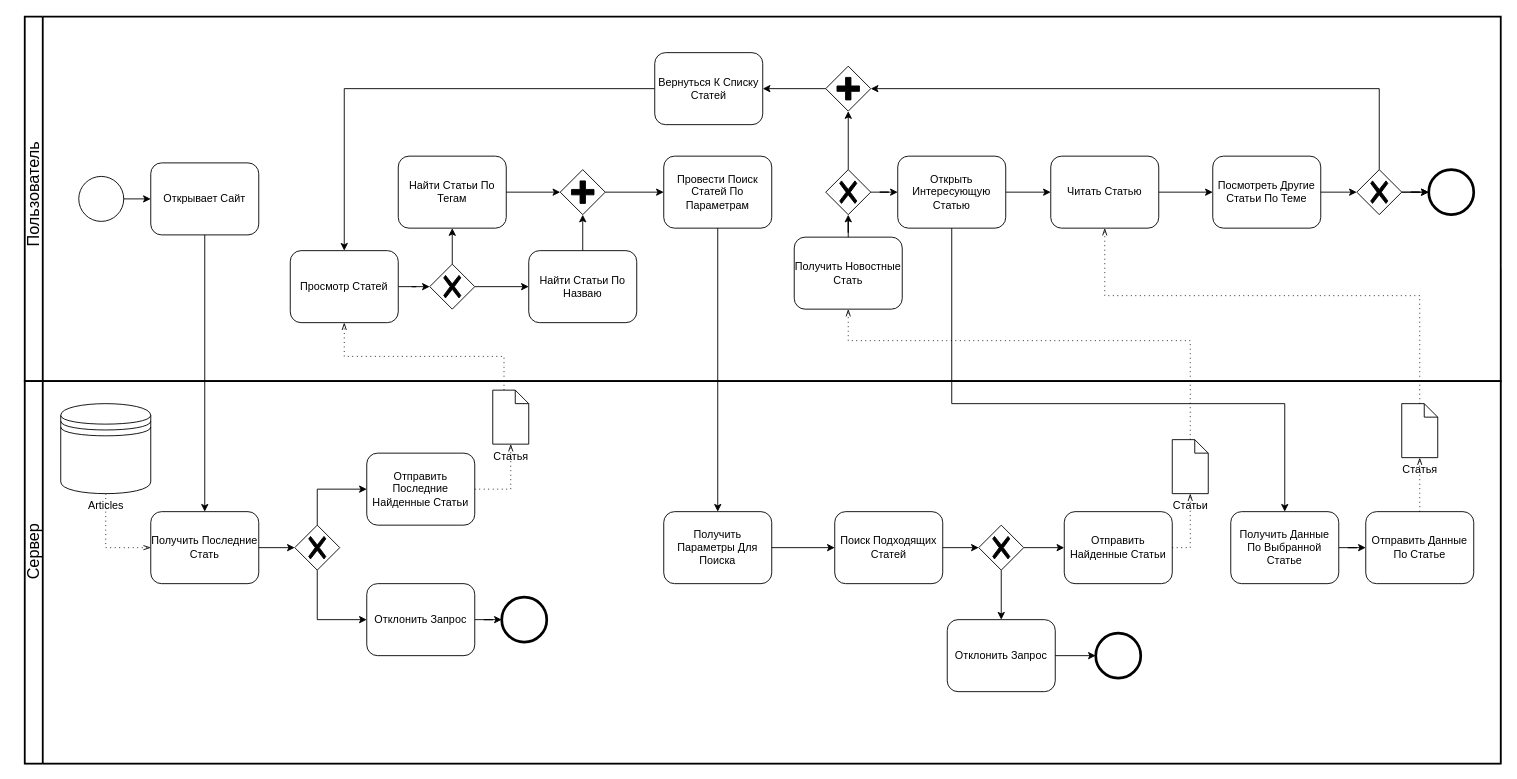
The draw.io diagram Диаграммы/BPMN.drawio in 0hJonny/Diplom_60701_, before the edit. Source tidied: cells renumbered, new cells numbered last; positions are measured from the earlier drawing's top-left corner, leaving out a move shared by most shapes. Both pictures are drawn from the tidied source at 90%, with x=0, y=0 at pixel (-30, 16).
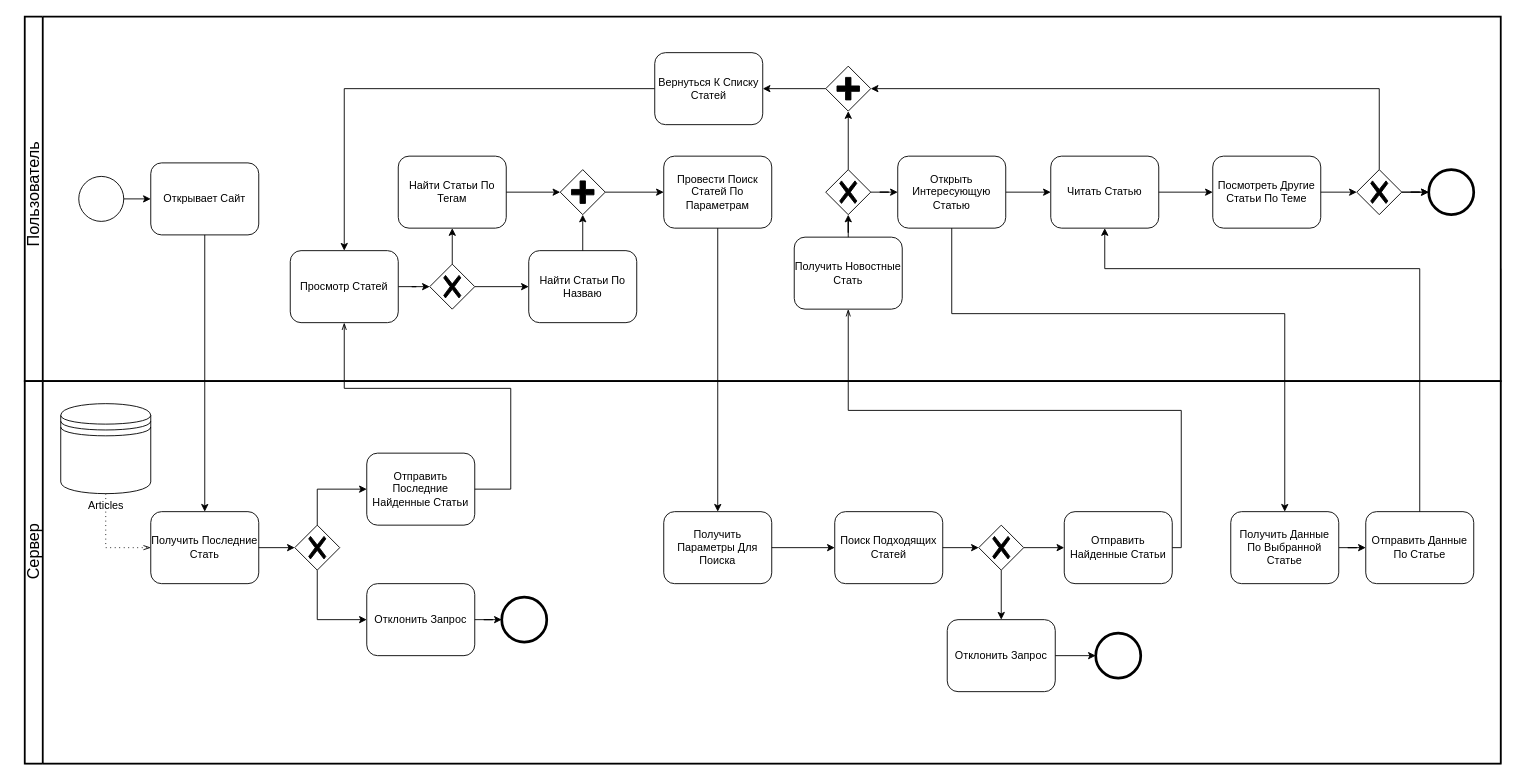
After the change.

Unchanged cells that the change refers to:
```xml
<mxCell id="2" style="swimlane;html=1;startSize=20;fontStyle=0;horizontal=0;swimlaneLine=0;fillColor=none;whiteSpace=wrap;" parent="1" vertex="1">
  <mxGeometry x="60" y="280" width="1640" height="550" as="geometry" />
</mxCell>
<mxCell id="11" value="Читать Статью" style="shape=ext;rounded=1;html=1;whiteSpace=wrap;" parent="3" vertex="1">
  <mxGeometry x="1140" y="155" width="120" height="80" as="geometry" />
</mxCell>
<mxCell id="14" value="Открыть Интересующую Статью" style="shape=ext;rounded=1;html=1;whiteSpace=wrap;" parent="3" vertex="1">
  <mxGeometry x="970" y="155" width="120" height="80" as="geometry" />
</mxCell>
<mxCell id="23" value="Просмотр Статей" style="shape=ext;rounded=1;html=1;whiteSpace=wrap;" parent="3" vertex="1">
  <mxGeometry x="295" y="260" width="120" height="80" as="geometry" />
</mxCell>
<mxCell id="35" value="Получить Новостные Стать" style="shape=ext;rounded=1;html=1;whiteSpace=wrap;" parent="3" vertex="1">
  <mxGeometry x="855" y="245" width="120" height="80" as="geometry" />
</mxCell>
<mxCell id="40" style="swimlane;html=1;startSize=20;fontStyle=0;horizontal=0;swimlaneLine=1;swimlaneFillColor=#ffffff;strokeWidth=2;whiteSpace=wrap;" parent="2" vertex="1">
  <mxGeometry y="125" width="1640" height="425" as="geometry" />
</mxCell>
<mxCell id="43" value="Отправить Последние Найденные Статьи" style="shape=ext;rounded=1;html=1;whiteSpace=wrap;" parent="40" vertex="1">
  <mxGeometry x="380" y="80" width="120" height="80" as="geometry" />
</mxCell>
<mxCell id="55" value="Отправить Найденные Статьи" style="shape=ext;rounded=1;html=1;whiteSpace=wrap;" parent="40" vertex="1">
  <mxGeometry x="1155" y="145" width="120" height="80" as="geometry" />
</mxCell>
<mxCell id="59" value="Получить Данные По Выбранной Статье" style="shape=ext;rounded=1;html=1;whiteSpace=wrap;" parent="40" vertex="1">
  <mxGeometry x="1340" y="145" width="120" height="80" as="geometry" />
</mxCell>
<mxCell id="60" value="Отправить Данные По Статье" style="shape=ext;rounded=1;html=1;whiteSpace=wrap;" parent="40" vertex="1">
  <mxGeometry x="1490" y="145" width="120" height="80" as="geometry" />
</mxCell>
```

What changed in the source:
```diff
@@
-    <mxCell id="67" value="Статья" style="shape=mxgraph.bpmn.data;labelPosition=center;verticalLabelPosition=bottom;align=center;verticalAlign=top;size=15;html=1;" parent="40" vertex="1">
-      <mxGeometry x="520" y="10" width="40" height="60" as="geometry" />
-    </mxCell>
-    <mxCell id="68" style="edgeStyle=elbowEdgeStyle;fontSize=12;html=1;endFill=0;startFill=0;endSize=6;startSize=6;dashed=1;dashPattern=1 4;endArrow=openThin;startArrow=none;rounded=0;exitX=1;exitY=0.5;exitDx=0;exitDy=0;entryX=0.5;entryY=1;entryDx=0;entryDy=0;entryPerimeter=0;" parent="40" edge="1" source="43" target="67">
-      <mxGeometry relative="1" as="geometry">
-        <Array as="points">
-          <mxPoint x="540" y="100" />
-        </Array>
-      </mxGeometry>
-    </mxCell>
-    <mxCell id="69" value="Статьи" style="shape=mxgraph.bpmn.data;labelPosition=center;verticalLabelPosition=bottom;align=center;verticalAlign=top;size=15;html=1;" parent="40" vertex="1">
-      <mxGeometry x="1275" y="65" width="40" height="60" as="geometry" />
-    </mxCell>
-    <mxCell id="70" style="edgeStyle=elbowEdgeStyle;fontSize=12;html=1;endFill=0;startFill=0;endSize=6;startSize=6;dashed=1;dashPattern=1 4;endArrow=openThin;startArrow=none;rounded=0;entryX=0.5;entryY=1;entryDx=0;entryDy=0;entryPerimeter=0;exitX=1;exitY=0.5;exitDx=0;exitDy=0;" parent="40" edge="1" source="55" target="69">
-      <mxGeometry relative="1" as="geometry">
-        <Array as="points">
-          <mxPoint x="1295" y="160" />
-        </Array>
-      </mxGeometry>
-    </mxCell>
-    <mxCell id="71" value="Статья" style="shape=mxgraph.bpmn.data;labelPosition=center;verticalLabelPosition=bottom;align=center;verticalAlign=top;size=15;html=1;" parent="40" vertex="1">
-      <mxGeometry x="1530" y="25" width="40" height="60" as="geometry" />
-    </mxCell>
-    <mxCell id="72" style="edgeStyle=elbowEdgeStyle;fontSize=12;html=1;endFill=0;startFill=0;endSize=6;startSize=6;dashed=1;dashPattern=1 4;endArrow=openThin;startArrow=none;rounded=0;entryX=0.5;entryY=1;entryDx=0;entryDy=0;entryPerimeter=0;exitX=0.5;exitY=0;exitDx=0;exitDy=0;" parent="40" edge="1" source="60" target="71">
-      <mxGeometry relative="1" as="geometry" />
-    </mxCell>
@@
     <mxCell id="75" style="edgeStyle=orthogonalEdgeStyle;rounded=0;jettySize=auto;html=1;entryX=0.5;entryY=0;entryDx=0;entryDy=0;endArrow=classic;endFill=1;" parent="2" edge="1" source="14" target="59">
       <mxGeometry relative="1" as="geometry">
         <Array as="points">
-          <mxPoint x="1030" y="150" />
-          <mxPoint x="1400" y="150" />
+          <mxPoint x="1030" y="50" />
+          <mxPoint x="1400" y="50" />
         </Array>
       </mxGeometry>
     </mxCell>
-    <mxCell id="76" style="edgeStyle=orthogonalEdgeStyle;fontSize=12;html=1;endFill=0;startFill=0;endSize=6;startSize=6;dashed=1;dashPattern=1 4;endArrow=openThin;startArrow=none;rounded=0;exitX=0;exitY=0;exitDx=12.5;exitDy=0;exitPerimeter=0;" parent="2" edge="1" source="67" target="23">
-      <mxGeometry relative="1" as="geometry" />
-    </mxCell>
-    <mxCell id="77" style="edgeStyle=orthogonalEdgeStyle;fontSize=12;html=1;endFill=0;startFill=0;endSize=6;startSize=6;dashed=1;dashPattern=1 4;endArrow=openThin;startArrow=none;rounded=0;exitX=0.5;exitY=0;exitDx=0;exitDy=0;exitPerimeter=0;entryX=0.5;entryY=1;entryDx=0;entryDy=0;" parent="2" edge="1" source="69" target="35">
-      <mxGeometry relative="1" as="geometry">
-        <Array as="points">
-          <mxPoint x="1295" y="80" />
-          <mxPoint x="915" y="80" />
-        </Array>
-      </mxGeometry>
-    </mxCell>
-    <mxCell id="78" style="edgeStyle=orthogonalEdgeStyle;fontSize=12;html=1;endFill=0;startFill=0;endSize=6;startSize=6;dashed=1;dashPattern=1 4;endArrow=openThin;startArrow=none;rounded=0;exitX=0.5;exitY=0;exitDx=0;exitDy=0;entryX=0.5;entryY=1;entryDx=0;entryDy=0;exitPerimeter=0;" parent="2" edge="1" source="71" target="11">
-      <mxGeometry relative="1" as="geometry">
-        <Array as="points">
-          <mxPoint x="1550" y="30" />
-          <mxPoint x="1200" y="30" />
-        </Array>
-      </mxGeometry>
-    </mxCell>
+    <mxCell id="70" style="edgeStyle=orthogonalEdgeStyle;fontSize=12;html=1;endFill=0;startFill=0;endSize=6;startSize=6;endArrow=openThin;startArrow=none;rounded=0;entryX=0.5;entryY=1;entryDx=0;entryDy=0;exitX=1;exitY=0.5;exitDx=0;exitDy=0;" parent="2" edge="1" source="55" target="35">
+      <mxGeometry relative="1" as="geometry" />
+    </mxCell>
+    <mxCell id="79" style="edgeStyle=orthogonalEdgeStyle;rounded=0;jettySize=auto;html=1;entryX=0.5;entryY=1;entryDx=0;entryDy=0;" parent="2" edge="1" source="60" target="11">
+      <mxGeometry relative="1" as="geometry">
+        <Array as="points">
+          <mxPoint x="1550" />
+          <mxPoint x="1200" />
+        </Array>
+      </mxGeometry>
+    </mxCell>
+    <mxCell id="68" style="edgeStyle=orthogonalEdgeStyle;fontSize=12;html=1;endFill=0;startFill=0;endSize=6;startSize=6;endArrow=openThin;startArrow=none;rounded=0;exitX=1;exitY=0.5;exitDx=0;exitDy=0;entryX=0.5;entryY=1;entryDx=0;entryDy=0;" parent="2" edge="1" source="43" target="23">
+      <mxGeometry relative="1" as="geometry">
+        <Array as="points">
+          <mxPoint x="540" y="245" />
+          <mxPoint x="540" y="133" />
+          <mxPoint x="355" y="133" />
+        </Array>
+      </mxGeometry>
+    </mxCell>
```
